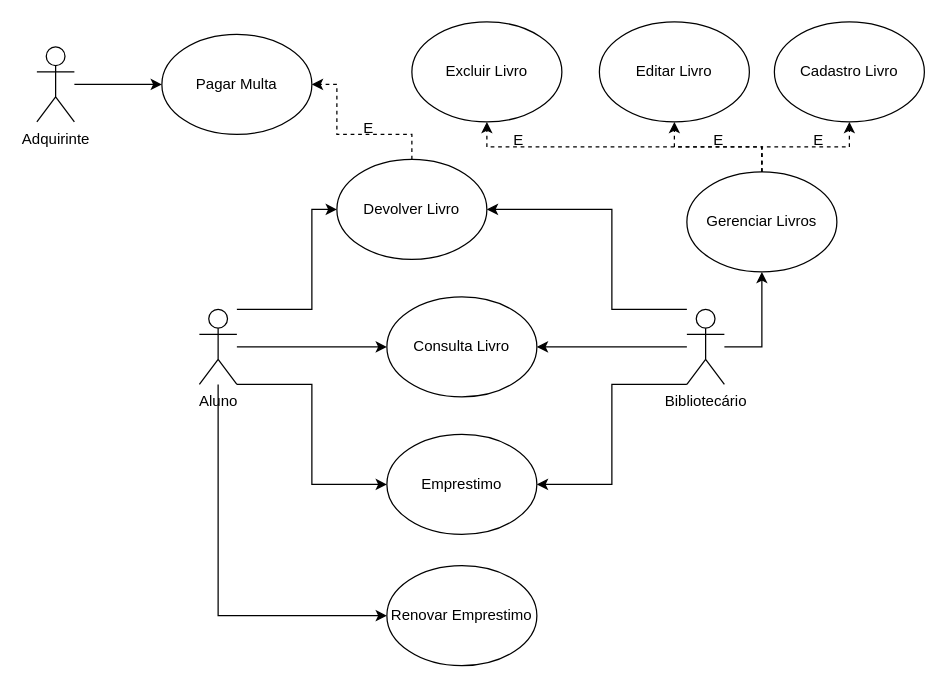
Earlier version of the draw.io diagram Biblioteca.drawio (rodoraciotto/Biblioteca). Source tidied: cells renumbered, new cells numbered last; positions are measured from the earlier drawing's top-left corner, leaving out a move shared by most shapes. Both pictures are drawn from the tidied source at 125%, with x=0, y=0 at pixel (36, 21).
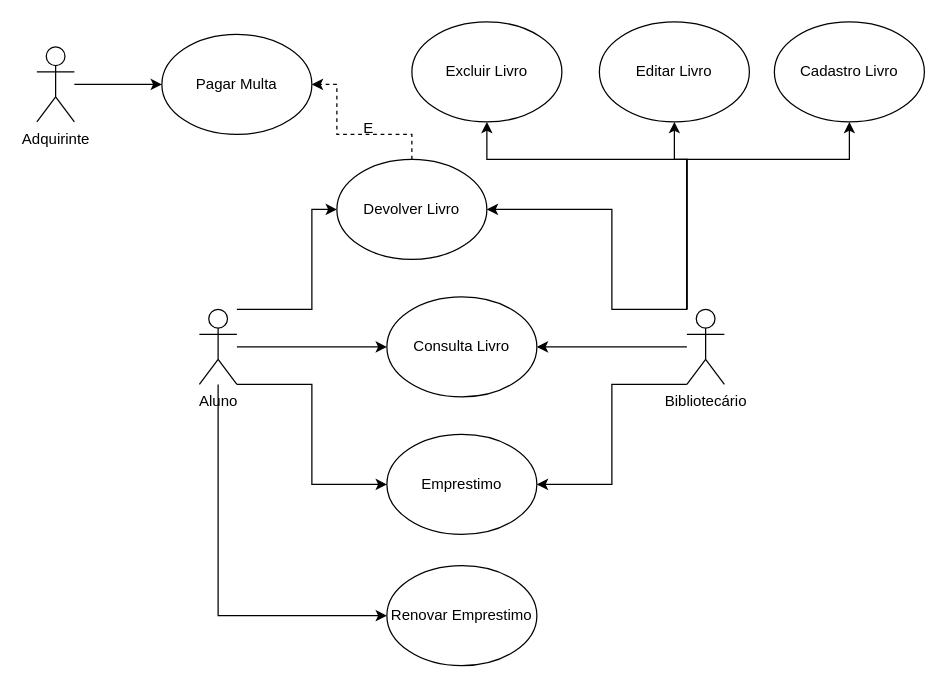
After the change.

Unchanged cells that the change refers to:
```xml
<mxCell id="6" value="Bibliotecário" style="shape=umlActor;verticalLabelPosition=bottom;verticalAlign=top;html=1;outlineConnect=0;" parent="1" vertex="1">
  <mxGeometry x="520" y="230" width="30" height="60" as="geometry" />
</mxCell>
<mxCell id="15" value="Cadastro Livro" style="ellipse;whiteSpace=wrap;html=1;" parent="1" vertex="1">
  <mxGeometry x="590" width="120" height="80" as="geometry" />
</mxCell>
<mxCell id="16" value="Excluir Livro" style="ellipse;whiteSpace=wrap;html=1;" parent="1" vertex="1">
  <mxGeometry x="300" width="120" height="80" as="geometry" />
</mxCell>
<mxCell id="23" value="Editar Livro" style="ellipse;whiteSpace=wrap;html=1;" parent="1" vertex="1">
  <mxGeometry x="450" width="120" height="80" as="geometry" />
</mxCell>
```

The edit, as a diff of the source:
```diff
@@
-    <mxCell id="5" style="edgeStyle=orthogonalEdgeStyle;rounded=0;jettySize=auto;html=1;entryX=0.5;entryY=1;entryDx=0;entryDy=0;" parent="1" edge="1" source="6" target="20">
-      <mxGeometry relative="1" as="geometry">
-        <Array as="points">
-          <mxPoint x="580" y="260" />
-        </Array>
-      </mxGeometry>
-    </mxCell>
+    <mxCell id="31" style="edgeStyle=orthogonalEdgeStyle;rounded=0;jettySize=auto;html=1;entryX=0.5;entryY=1;entryDx=0;entryDy=0;" parent="1" edge="1" source="6" target="16">
+      <mxGeometry relative="1" as="geometry">
+        <Array as="points">
+          <mxPoint x="520" y="110" />
+          <mxPoint x="360" y="110" />
+        </Array>
+      </mxGeometry>
+    </mxCell>
+    <mxCell id="32" style="edgeStyle=orthogonalEdgeStyle;rounded=0;jettySize=auto;html=1;entryX=0.5;entryY=1;entryDx=0;entryDy=0;" parent="1" edge="1" source="6" target="23">
+      <mxGeometry relative="1" as="geometry">
+        <Array as="points">
+          <mxPoint x="520" y="110" />
+          <mxPoint x="510" y="110" />
+        </Array>
+      </mxGeometry>
+    </mxCell>
+    <mxCell id="33" style="edgeStyle=orthogonalEdgeStyle;rounded=0;jettySize=auto;html=1;entryX=0.5;entryY=1;entryDx=0;entryDy=0;" parent="1" edge="1" source="6" target="15">
+      <mxGeometry relative="1" as="geometry">
+        <Array as="points">
+          <mxPoint x="520" y="110" />
+          <mxPoint x="650" y="110" />
+        </Array>
+      </mxGeometry>
+    </mxCell>
@@
-    <mxCell id="17" style="edgeStyle=orthogonalEdgeStyle;rounded=0;jettySize=auto;html=1;entryX=0.5;entryY=1;entryDx=0;entryDy=0;dashed=1;" parent="1" edge="1" source="20" target="15">
-      <mxGeometry relative="1" as="geometry" />
-    </mxCell>
-    <mxCell id="18" style="edgeStyle=orthogonalEdgeStyle;rounded=0;jettySize=auto;html=1;entryX=0.5;entryY=1;entryDx=0;entryDy=0;dashed=1;" parent="1" edge="1" source="20" target="16">
-      <mxGeometry relative="1" as="geometry">
-        <Array as="points">
-          <mxPoint x="580" y="100" />
-          <mxPoint x="360" y="100" />
-        </Array>
-      </mxGeometry>
-    </mxCell>
-    <mxCell id="19" style="edgeStyle=orthogonalEdgeStyle;rounded=0;jettySize=auto;html=1;entryX=0.5;entryY=1;entryDx=0;entryDy=0;dashed=1;" parent="1" edge="1" source="20" target="23">
-      <mxGeometry relative="1" as="geometry" />
-    </mxCell>
-    <mxCell id="20" value="Gerenciar Livros" style="ellipse;whiteSpace=wrap;html=1;" parent="1" vertex="1">
-      <mxGeometry x="520" y="120" width="120" height="80" as="geometry" />
-    </mxCell>
@@
-    <mxCell id="24" value="E" style="text;html=1;align=center;verticalAlign=middle;strokeColor=none;fillColor=none;" parent="1" vertex="1">
-      <mxGeometry x="370" y="80" width="30" height="30" as="geometry" />
-    </mxCell>
-    <mxCell id="25" value="E" style="text;html=1;align=center;verticalAlign=middle;strokeColor=none;fillColor=none;" parent="1" vertex="1">
-      <mxGeometry x="530" y="80" width="30" height="30" as="geometry" />
-    </mxCell>
-    <mxCell id="26" value="E" style="text;html=1;align=center;verticalAlign=middle;strokeColor=none;fillColor=none;" parent="1" vertex="1">
-      <mxGeometry x="610" y="80" width="30" height="30" as="geometry" />
-    </mxCell>
```
